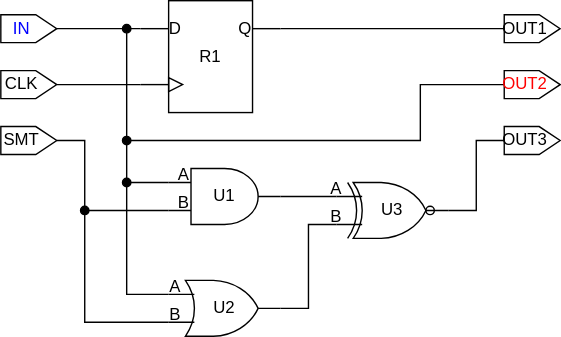
Earlier version of the draw.io export figures/dark-mode/helper_functions/get_driver_connection.drawio.svg (AlbertHansen/TripleModularRedundancyTool_developer_guide). Source tidied: cells renumbered, new cells last; positions are measured from the earlier drawing's top-left corner, leaving out a move shared by most shapes.
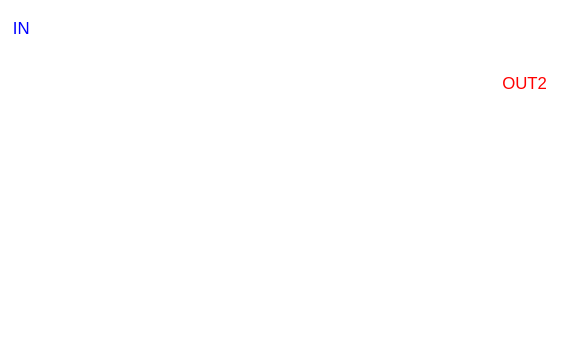
The same file after the commit.

What changed in the source:
```diff
@@ -2,48 +2,48 @@
   <root>
     <mxCell id="0" />
     <mxCell id="1" parent="0" />
-    <mxCell id="2" style="group;fillColor=none;" parent="1" vertex="1">
+    <mxCell id="2" style="group;fillColor=none;fontColor=#FFFFFF;" parent="1" vertex="1">
       <mxGeometry x="100" width="100" height="80" as="geometry" />
     </mxCell>
-    <mxCell id="3" style="endArrow=none;html=1;entryX=0;entryY=0.25;entryDx=0;entryDy=0;" parent="2" edge="1" target="5">
+    <mxCell id="3" style="endArrow=none;html=1;entryX=0;entryY=0.25;entryDx=0;entryDy=0;fontColor=#FFFFFF;strokeColor=#FFFFFF;" parent="2" edge="1" target="5">
       <mxGeometry relative="1" as="geometry">
         <mxPoint y="20" as="sourcePoint" />
       </mxGeometry>
     </mxCell>
-    <mxCell id="4" style="endArrow=none;html=1;entryX=0;entryY=0.75;entryDx=0;entryDy=0;" parent="2" edge="1" target="5">
+    <mxCell id="4" style="endArrow=none;html=1;entryX=0;entryY=0.75;entryDx=0;entryDy=0;fontColor=#FFFFFF;strokeColor=#FFFFFF;" parent="2" edge="1" target="5">
       <mxGeometry relative="1" as="geometry">
         <mxPoint y="60" as="sourcePoint" />
       </mxGeometry>
     </mxCell>
-    <mxCell id="5" style="rounded=0;whiteSpace=wrap;html=1;fillColor=none;" parent="2" vertex="1">
+    <mxCell id="5" style="rounded=0;whiteSpace=wrap;html=1;fillColor=none;fontColor=#FFFFFF;strokeColor=#FFFFFF;" parent="2" vertex="1">
       <mxGeometry x="20" width="60" height="80" as="geometry" />
     </mxCell>
-    <mxCell id="6" style="endArrow=none;html=1;exitX=1;exitY=0.25;exitDx=0;exitDy=0;" parent="2" edge="1" source="5">
+    <mxCell id="6" style="endArrow=none;html=1;exitX=1;exitY=0.25;exitDx=0;exitDy=0;fontColor=#FFFFFF;strokeColor=#FFFFFF;" parent="2" edge="1" source="5">
       <mxGeometry relative="1" as="geometry">
         <mxPoint x="100" y="20" as="targetPoint" />
       </mxGeometry>
     </mxCell>
-    <mxCell id="7" style="triangle;whiteSpace=wrap;html=1;fillColor=none;" parent="2" vertex="1">
+    <mxCell id="7" style="triangle;whiteSpace=wrap;html=1;fillColor=none;fontColor=#FFFFFF;strokeColor=#FFFFFF;" parent="2" vertex="1">
       <mxGeometry x="20" y="55" width="10" height="10" as="geometry" />
     </mxCell>
-    <mxCell id="8" value="D" style="text;html=1;strokeColor=none;fillColor=none;align=center;verticalAlign=middle;whiteSpace=wrap;rounded=0;fontColor=#000000;" parent="2" vertex="1">
+    <mxCell id="8" value="D" style="text;html=1;strokeColor=none;fillColor=none;align=center;verticalAlign=middle;whiteSpace=wrap;rounded=0;fontColor=#FFFFFF;" parent="2" vertex="1">
       <mxGeometry x="20" y="15" width="10" height="10" as="geometry" />
     </mxCell>
-    <mxCell id="9" value="Q" style="text;html=1;strokeColor=none;fillColor=none;align=center;verticalAlign=middle;whiteSpace=wrap;rounded=0;" parent="2" vertex="1">
+    <mxCell id="9" value="Q" style="text;html=1;strokeColor=none;fillColor=none;align=center;verticalAlign=middle;whiteSpace=wrap;rounded=0;fontColor=#FFFFFF;" parent="2" vertex="1">
       <mxGeometry x="70" y="15" width="10" height="10" as="geometry" />
     </mxCell>
-    <mxCell id="10" value="R1" style="text;html=1;strokeColor=none;fillColor=none;align=center;verticalAlign=middle;whiteSpace=wrap;rounded=0;fontColor=#000000;" parent="2" vertex="1">
+    <mxCell id="10" value="R1" style="text;html=1;strokeColor=none;fillColor=none;align=center;verticalAlign=middle;whiteSpace=wrap;rounded=0;fontColor=#FFFFFF;" parent="2" vertex="1">
       <mxGeometry x="30" y="25" width="40" height="30" as="geometry" />
     </mxCell>
-    <mxCell id="11" style="edgeStyle=none;html=1;exitX=0.5;exitY=1;exitDx=0;exitDy=0;endArrow=none;endFill=0;" parent="1" edge="1" source="12">
+    <mxCell id="11" style="edgeStyle=none;html=1;exitX=0.5;exitY=1;exitDx=0;exitDy=0;endArrow=none;endFill=0;strokeColor=#FFFFFF;" parent="1" edge="1" source="12">
       <mxGeometry relative="1" as="geometry">
         <mxPoint x="100" y="20" as="targetPoint" />
       </mxGeometry>
     </mxCell>
-    <mxCell id="12" style="shape=offPageConnector;whiteSpace=wrap;html=1;rotation=-90;fillColor=none;" parent="1" vertex="1">
+    <mxCell id="12" style="shape=offPageConnector;whiteSpace=wrap;html=1;rotation=-90;fillColor=none;strokeColor=#FFFFFF;" parent="1" vertex="1">
       <mxGeometry x="10" width="20" height="40" as="geometry" />
     </mxCell>
-    <mxCell id="13" style="edgeStyle=orthogonalEdgeStyle;html=1;exitX=0;exitY=0.25;exitDx=0;exitDy=0;exitPerimeter=0;endArrow=oval;endFill=1;rounded=0;" parent="1" edge="1" source="15">
+    <mxCell id="13" style="edgeStyle=orthogonalEdgeStyle;html=1;exitX=0;exitY=0.25;exitDx=0;exitDy=0;exitPerimeter=0;endArrow=oval;endFill=1;rounded=0;fontColor=#FFFFFF;strokeColor=#FFFFFF;" parent="1" edge="1" source="15">
       <mxGeometry relative="1" as="geometry">
         <mxPoint x="90" y="20" as="targetPoint" />
         <Array as="points">
@@ -52,13 +52,13 @@
         </Array>
       </mxGeometry>
     </mxCell>
-    <mxCell id="14" style="edgeStyle=orthogonalEdgeStyle;rounded=0;html=1;exitX=1;exitY=0.5;exitDx=0;exitDy=0;exitPerimeter=0;entryX=0;entryY=0.25;entryDx=0;entryDy=0;entryPerimeter=0;endArrow=none;endFill=0;" parent="1" edge="1" source="15" target="20">
+    <mxCell id="14" style="edgeStyle=orthogonalEdgeStyle;rounded=0;html=1;exitX=1;exitY=0.5;exitDx=0;exitDy=0;exitPerimeter=0;entryX=0;entryY=0.25;entryDx=0;entryDy=0;entryPerimeter=0;endArrow=none;endFill=0;fontColor=#FFFFFF;strokeColor=#FFFFFF;" parent="1" edge="1" source="15" target="20">
       <mxGeometry relative="1" as="geometry" />
     </mxCell>
-    <mxCell id="15" style="verticalLabelPosition=bottom;shadow=0;dashed=0;align=center;html=1;verticalAlign=top;shape=mxgraph.electrical.logic_gates.logic_gate;operation=and;fillColor=none;" parent="1" vertex="1">
+    <mxCell id="15" style="verticalLabelPosition=bottom;shadow=0;dashed=0;align=center;html=1;verticalAlign=top;shape=mxgraph.electrical.logic_gates.logic_gate;operation=and;fillColor=none;fontColor=#FFFFFF;strokeColor=#FFFFFF;" parent="1" vertex="1">
       <mxGeometry x="120" y="120" width="80" height="40" as="geometry" />
     </mxCell>
-    <mxCell id="16" style="edgeStyle=orthogonalEdgeStyle;rounded=0;html=1;exitX=0;exitY=0.25;exitDx=0;exitDy=0;exitPerimeter=0;endArrow=oval;endFill=1;" parent="1" edge="1" source="19">
+    <mxCell id="16" style="edgeStyle=orthogonalEdgeStyle;rounded=0;html=1;exitX=0;exitY=0.25;exitDx=0;exitDy=0;exitPerimeter=0;endArrow=oval;endFill=1;fontColor=#FFFFFF;strokeColor=#FFFFFF;" parent="1" edge="1" source="19">
       <mxGeometry relative="1" as="geometry">
         <mxPoint x="90" y="130" as="targetPoint" />
         <Array as="points">
@@ -67,43 +67,43 @@
         </Array>
       </mxGeometry>
     </mxCell>
-    <mxCell id="17" style="edgeStyle=orthogonalEdgeStyle;rounded=0;html=1;exitX=0;exitY=0.75;exitDx=0;exitDy=0;exitPerimeter=0;endArrow=oval;endFill=1;" parent="1" edge="1" source="19">
+    <mxCell id="17" style="edgeStyle=orthogonalEdgeStyle;rounded=0;html=1;exitX=0;exitY=0.75;exitDx=0;exitDy=0;exitPerimeter=0;endArrow=oval;endFill=1;fontColor=#FFFFFF;strokeColor=#FFFFFF;" parent="1" edge="1" source="19">
       <mxGeometry relative="1" as="geometry">
         <mxPoint x="60" y="150" as="targetPoint" />
       </mxGeometry>
     </mxCell>
-    <mxCell id="18" style="edgeStyle=orthogonalEdgeStyle;rounded=0;html=1;exitX=1;exitY=0.5;exitDx=0;exitDy=0;exitPerimeter=0;entryX=0;entryY=0.75;entryDx=0;entryDy=0;entryPerimeter=0;endArrow=none;endFill=0;" parent="1" edge="1" source="19" target="20">
+    <mxCell id="18" style="edgeStyle=orthogonalEdgeStyle;rounded=0;html=1;exitX=1;exitY=0.5;exitDx=0;exitDy=0;exitPerimeter=0;entryX=0;entryY=0.75;entryDx=0;entryDy=0;entryPerimeter=0;endArrow=none;endFill=0;fontColor=#FFFFFF;strokeColor=#FFFFFF;" parent="1" edge="1" source="19" target="20">
       <mxGeometry relative="1" as="geometry" />
     </mxCell>
-    <mxCell id="19" style="verticalLabelPosition=bottom;shadow=0;dashed=0;align=center;html=1;verticalAlign=top;shape=mxgraph.electrical.logic_gates.logic_gate;operation=or;fillColor=none;" parent="1" vertex="1">
+    <mxCell id="19" style="verticalLabelPosition=bottom;shadow=0;dashed=0;align=center;html=1;verticalAlign=top;shape=mxgraph.electrical.logic_gates.logic_gate;operation=or;fillColor=none;fontColor=#FFFFFF;strokeColor=#FFFFFF;" parent="1" vertex="1">
       <mxGeometry x="120" y="200" width="80" height="40" as="geometry" />
     </mxCell>
-    <mxCell id="20" style="verticalLabelPosition=bottom;shadow=0;dashed=0;align=center;html=1;verticalAlign=top;shape=mxgraph.electrical.logic_gates.logic_gate;operation=xor;negating=1;negSize=0.15;fillColor=none;" parent="1" vertex="1">
+    <mxCell id="20" style="verticalLabelPosition=bottom;shadow=0;dashed=0;align=center;html=1;verticalAlign=top;shape=mxgraph.electrical.logic_gates.logic_gate;operation=xor;negating=1;negSize=0.15;fillColor=none;fontColor=#FFFFFF;strokeColor=#FFFFFF;" parent="1" vertex="1">
       <mxGeometry x="240" y="130" width="80" height="40" as="geometry" />
     </mxCell>
-    <mxCell id="21" style="edgeStyle=orthogonalEdgeStyle;rounded=0;html=1;exitX=0.5;exitY=0;exitDx=0;exitDy=0;entryX=1;entryY=0.5;entryDx=0;entryDy=0;entryPerimeter=0;endArrow=none;endFill=0;" parent="1" edge="1" source="22" target="20">
+    <mxCell id="21" style="edgeStyle=orthogonalEdgeStyle;rounded=0;html=1;exitX=0.5;exitY=0;exitDx=0;exitDy=0;entryX=1;entryY=0.5;entryDx=0;entryDy=0;entryPerimeter=0;endArrow=none;endFill=0;strokeColor=#FFFFFF;" parent="1" edge="1" source="22" target="20">
       <mxGeometry relative="1" as="geometry" />
     </mxCell>
-    <mxCell id="22" style="shape=offPageConnector;whiteSpace=wrap;html=1;rotation=-90;fillColor=none;" parent="1" vertex="1">
+    <mxCell id="22" style="shape=offPageConnector;whiteSpace=wrap;html=1;rotation=-90;fillColor=none;strokeColor=#FFFFFF;" parent="1" vertex="1">
       <mxGeometry x="370" y="80" width="20" height="40" as="geometry" />
     </mxCell>
-    <mxCell id="23" style="edgeStyle=orthogonalEdgeStyle;rounded=0;html=1;exitX=0.5;exitY=0;exitDx=0;exitDy=0;endArrow=none;endFill=0;" parent="1" edge="1" source="24">
+    <mxCell id="23" style="edgeStyle=orthogonalEdgeStyle;rounded=0;html=1;exitX=0.5;exitY=0;exitDx=0;exitDy=0;endArrow=none;endFill=0;strokeColor=#FFFFFF;" parent="1" edge="1" source="24">
       <mxGeometry relative="1" as="geometry">
         <mxPoint x="200" y="20" as="targetPoint" />
       </mxGeometry>
     </mxCell>
-    <mxCell id="24" style="shape=offPageConnector;whiteSpace=wrap;html=1;rotation=-90;fillColor=none;" parent="1" vertex="1">
+    <mxCell id="24" style="shape=offPageConnector;whiteSpace=wrap;html=1;rotation=-90;fillColor=none;strokeColor=#FFFFFF;" parent="1" vertex="1">
       <mxGeometry x="370" width="20" height="40" as="geometry" />
     </mxCell>
-    <mxCell id="25" style="edgeStyle=orthogonalEdgeStyle;rounded=0;html=1;exitX=0.5;exitY=1;exitDx=0;exitDy=0;endArrow=none;endFill=0;" parent="1" edge="1" source="26">
+    <mxCell id="25" style="edgeStyle=orthogonalEdgeStyle;rounded=0;html=1;exitX=0.5;exitY=1;exitDx=0;exitDy=0;endArrow=none;endFill=0;strokeColor=#FFFFFF;" parent="1" edge="1" source="26">
       <mxGeometry relative="1" as="geometry">
         <mxPoint x="100" y="60" as="targetPoint" />
       </mxGeometry>
     </mxCell>
-    <mxCell id="26" style="shape=offPageConnector;whiteSpace=wrap;html=1;rotation=-90;fillColor=none;" parent="1" vertex="1">
+    <mxCell id="26" style="shape=offPageConnector;whiteSpace=wrap;html=1;rotation=-90;fillColor=none;fontColor=#FFFFFF;strokeColor=#FFFFFF;" parent="1" vertex="1">
       <mxGeometry x="10" y="40" width="20" height="40" as="geometry" />
     </mxCell>
-    <mxCell id="27" style="edgeStyle=orthogonalEdgeStyle;rounded=0;html=1;exitX=0.5;exitY=1;exitDx=0;exitDy=0;entryX=0;entryY=0.75;entryDx=0;entryDy=0;entryPerimeter=0;endArrow=none;endFill=0;" parent="1" edge="1" source="28" target="15">
+    <mxCell id="27" style="edgeStyle=orthogonalEdgeStyle;rounded=0;html=1;exitX=0.5;exitY=1;exitDx=0;exitDy=0;entryX=0;entryY=0.75;entryDx=0;entryDy=0;entryPerimeter=0;endArrow=none;endFill=0;strokeColor=#FFFFFF;" parent="1" edge="1" source="28" target="15">
       <mxGeometry relative="1" as="geometry">
         <Array as="points">
           <mxPoint x="60" y="100" />
@@ -111,37 +111,37 @@
         </Array>
       </mxGeometry>
     </mxCell>
-    <mxCell id="28" style="shape=offPageConnector;whiteSpace=wrap;html=1;rotation=-90;fillColor=none;" parent="1" vertex="1">
+    <mxCell id="28" style="shape=offPageConnector;whiteSpace=wrap;html=1;rotation=-90;fillColor=none;fontColor=#FFFFFF;strokeColor=#FFFFFF;" parent="1" vertex="1">
       <mxGeometry x="10" y="80" width="20" height="40" as="geometry" />
     </mxCell>
     <mxCell id="29" value="IN" style="text;html=1;strokeColor=none;fillColor=none;align=center;verticalAlign=middle;whiteSpace=wrap;rounded=0;fontColor=#0000FF;" parent="1" vertex="1">
       <mxGeometry y="10" width="30" height="20" as="geometry" />
     </mxCell>
-    <mxCell id="30" value="CLK" style="text;html=1;strokeColor=none;fillColor=none;align=center;verticalAlign=middle;whiteSpace=wrap;rounded=0;" parent="1" vertex="1">
+    <mxCell id="30" value="CLK" style="text;html=1;strokeColor=none;fillColor=none;align=center;verticalAlign=middle;whiteSpace=wrap;rounded=0;fontColor=#FFFFFF;" parent="1" vertex="1">
       <mxGeometry y="50" width="30" height="20" as="geometry" />
     </mxCell>
-    <mxCell id="31" value="SMT" style="text;html=1;strokeColor=none;fillColor=none;align=center;verticalAlign=middle;whiteSpace=wrap;rounded=0;" parent="1" vertex="1">
+    <mxCell id="31" value="SMT" style="text;html=1;strokeColor=none;fillColor=none;align=center;verticalAlign=middle;whiteSpace=wrap;rounded=0;fontColor=#FFFFFF;" parent="1" vertex="1">
       <mxGeometry y="90" width="30" height="20" as="geometry" />
     </mxCell>
-    <mxCell id="32" value="A" style="text;html=1;strokeColor=none;fillColor=none;align=center;verticalAlign=middle;whiteSpace=wrap;rounded=0;fontColor=#000000;" parent="1" vertex="1">
+    <mxCell id="32" value="A" style="text;html=1;strokeColor=none;fillColor=none;align=center;verticalAlign=middle;whiteSpace=wrap;rounded=0;fontColor=#FFFFFF;" parent="1" vertex="1">
       <mxGeometry x="126" y="120" width="10" height="10" as="geometry" />
     </mxCell>
-    <mxCell id="33" value="B" style="text;html=1;strokeColor=none;fillColor=none;align=center;verticalAlign=middle;whiteSpace=wrap;rounded=0;" parent="1" vertex="1">
+    <mxCell id="33" value="B" style="text;html=1;strokeColor=none;fillColor=none;align=center;verticalAlign=middle;whiteSpace=wrap;rounded=0;fontColor=#FFFFFF;" parent="1" vertex="1">
       <mxGeometry x="126" y="140" width="10" height="10" as="geometry" />
     </mxCell>
-    <mxCell id="34" value="A" style="text;html=1;strokeColor=none;fillColor=none;align=center;verticalAlign=middle;whiteSpace=wrap;rounded=0;fontColor=#000000;" parent="1" vertex="1">
+    <mxCell id="34" value="A" style="text;html=1;strokeColor=none;fillColor=none;align=center;verticalAlign=middle;whiteSpace=wrap;rounded=0;fontColor=#FFFFFF;" parent="1" vertex="1">
       <mxGeometry x="120" y="200" width="10" height="10" as="geometry" />
     </mxCell>
-    <mxCell id="35" value="B" style="text;html=1;strokeColor=none;fillColor=none;align=center;verticalAlign=middle;whiteSpace=wrap;rounded=0;" parent="1" vertex="1">
+    <mxCell id="35" value="B" style="text;html=1;strokeColor=none;fillColor=none;align=center;verticalAlign=middle;whiteSpace=wrap;rounded=0;fontColor=#FFFFFF;" parent="1" vertex="1">
       <mxGeometry x="120" y="220" width="10" height="10" as="geometry" />
     </mxCell>
-    <mxCell id="36" value="A" style="text;html=1;strokeColor=none;fillColor=none;align=center;verticalAlign=middle;whiteSpace=wrap;rounded=0;" parent="1" vertex="1">
+    <mxCell id="36" value="A" style="text;html=1;strokeColor=none;fillColor=none;align=center;verticalAlign=middle;whiteSpace=wrap;rounded=0;fontColor=#FFFFFF;" parent="1" vertex="1">
       <mxGeometry x="235" y="130" width="10" height="10" as="geometry" />
     </mxCell>
-    <mxCell id="37" value="B" style="text;html=1;strokeColor=none;fillColor=none;align=center;verticalAlign=middle;whiteSpace=wrap;rounded=0;" parent="1" vertex="1">
+    <mxCell id="37" value="B" style="text;html=1;strokeColor=none;fillColor=none;align=center;verticalAlign=middle;whiteSpace=wrap;rounded=0;fontColor=#FFFFFF;" parent="1" vertex="1">
       <mxGeometry x="235" y="150" width="10" height="10" as="geometry" />
     </mxCell>
-    <mxCell id="38" style="edgeStyle=orthogonalEdgeStyle;rounded=0;html=1;exitX=0.5;exitY=0;exitDx=0;exitDy=0;endArrow=oval;endFill=1;" parent="1" edge="1" source="39">
+    <mxCell id="38" style="edgeStyle=orthogonalEdgeStyle;rounded=0;html=1;exitX=0.5;exitY=0;exitDx=0;exitDy=0;endArrow=oval;endFill=1;strokeColor=#FFFFFF;" parent="1" edge="1" source="39">
       <mxGeometry relative="1" as="geometry">
         <mxPoint x="90" y="100" as="targetPoint" />
         <Array as="points">
@@ -150,25 +150,25 @@
         </Array>
       </mxGeometry>
     </mxCell>
-    <mxCell id="39" style="shape=offPageConnector;whiteSpace=wrap;html=1;rotation=-90;fillColor=none;" parent="1" vertex="1">
+    <mxCell id="39" style="shape=offPageConnector;whiteSpace=wrap;html=1;rotation=-90;fillColor=none;strokeColor=#FFFFFF;" parent="1" vertex="1">
       <mxGeometry x="370" y="40" width="20" height="40" as="geometry" />
     </mxCell>
-    <mxCell id="40" value="OUT1" style="text;html=1;strokeColor=none;fillColor=none;align=center;verticalAlign=middle;whiteSpace=wrap;rounded=0;" parent="1" vertex="1">
+    <mxCell id="40" value="OUT1" style="text;html=1;strokeColor=none;fillColor=none;align=center;verticalAlign=middle;whiteSpace=wrap;rounded=0;fontColor=#FFFFFF;" parent="1" vertex="1">
       <mxGeometry x="360" y="10" width="30" height="20" as="geometry" />
     </mxCell>
     <mxCell id="41" value="OUT2" style="text;html=1;strokeColor=none;fillColor=none;align=center;verticalAlign=middle;whiteSpace=wrap;rounded=0;fontColor=#FF0000;" parent="1" vertex="1">
       <mxGeometry x="360" y="50" width="30" height="20" as="geometry" />
     </mxCell>
-    <mxCell id="42" value="OUT3" style="text;html=1;strokeColor=none;fillColor=none;align=center;verticalAlign=middle;whiteSpace=wrap;rounded=0;" parent="1" vertex="1">
+    <mxCell id="42" value="OUT3" style="text;html=1;strokeColor=none;fillColor=none;align=center;verticalAlign=middle;whiteSpace=wrap;rounded=0;fontColor=#FFFFFF;" parent="1" vertex="1">
       <mxGeometry x="360" y="90" width="30" height="20" as="geometry" />
     </mxCell>
-    <mxCell id="43" value="U1" style="text;html=1;strokeColor=none;fillColor=none;align=center;verticalAlign=middle;whiteSpace=wrap;rounded=0;fontColor=#000000;" parent="1" vertex="1">
+    <mxCell id="43" value="U1" style="text;html=1;strokeColor=none;fillColor=none;align=center;verticalAlign=middle;whiteSpace=wrap;rounded=0;fontColor=#FFFFFF;" parent="1" vertex="1">
       <mxGeometry x="140" y="125" width="40" height="30" as="geometry" />
     </mxCell>
-    <mxCell id="44" value="U2" style="text;html=1;strokeColor=none;fillColor=none;align=center;verticalAlign=middle;whiteSpace=wrap;rounded=0;fontColor=#000000;" parent="1" vertex="1">
+    <mxCell id="44" value="U2" style="text;html=1;strokeColor=none;fillColor=none;align=center;verticalAlign=middle;whiteSpace=wrap;rounded=0;fontColor=#FFFFFF;" parent="1" vertex="1">
       <mxGeometry x="140" y="205" width="40" height="30" as="geometry" />
     </mxCell>
-    <mxCell id="45" value="U3" style="text;html=1;strokeColor=none;fillColor=none;align=center;verticalAlign=middle;whiteSpace=wrap;rounded=0;fontColor=#000000;" parent="1" vertex="1">
+    <mxCell id="45" value="U3" style="text;html=1;strokeColor=none;fillColor=none;align=center;verticalAlign=middle;whiteSpace=wrap;rounded=0;fontColor=#FFFFFF;" parent="1" vertex="1">
       <mxGeometry x="260" y="135" width="40" height="30" as="geometry" />
     </mxCell>
   </root>
```
